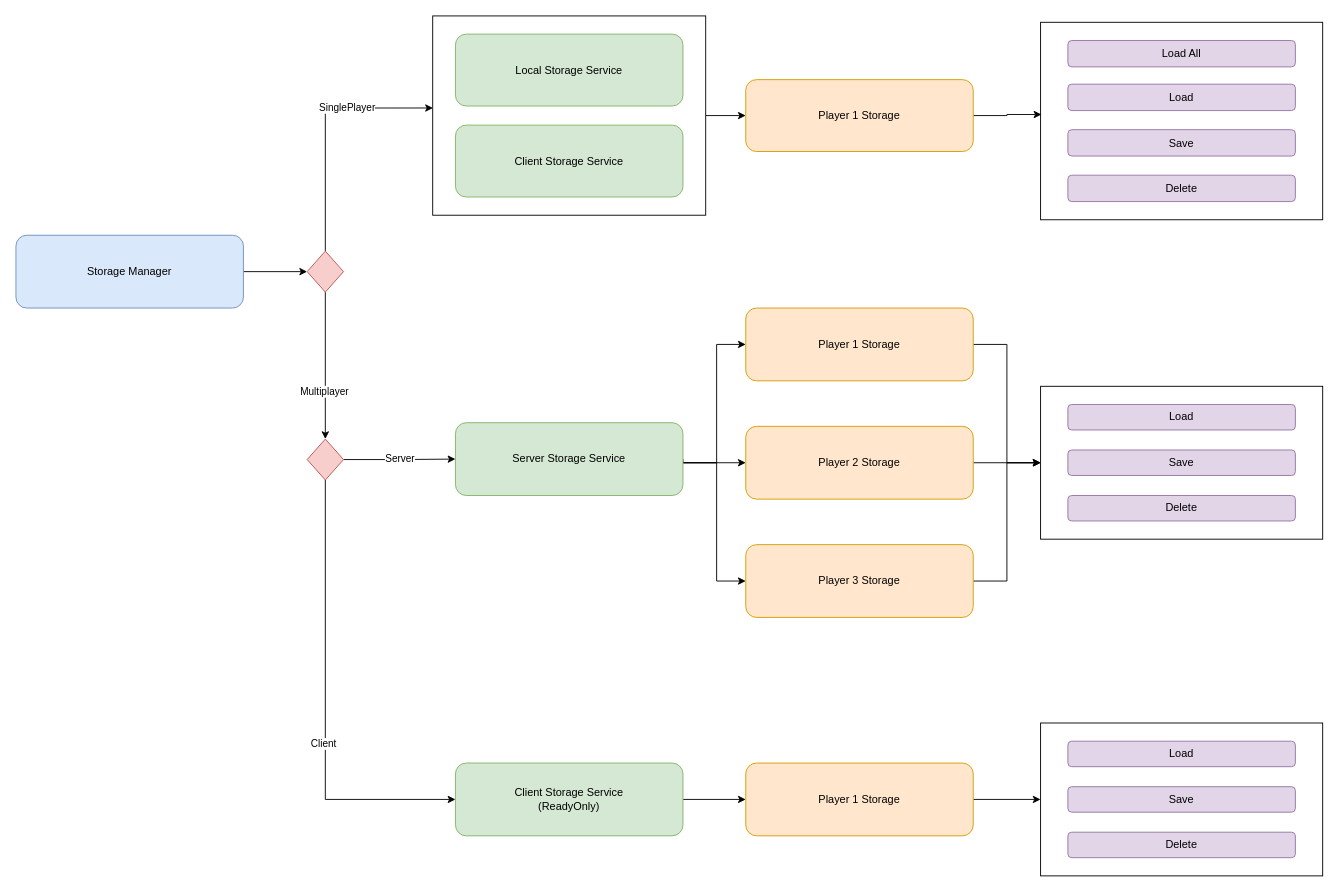
The draw.io diagram Diagrams/Storage.drawio in andrex903/OdenFlow, before the edit. Source tidied: cells renumbered, new cells numbered last; positions are measured from the earlier drawing's top-left corner, leaving out a move shared by most shapes. Both pictures are drawn from the tidied source at 91%, with x=0, y=0 at pixel (15, 15).
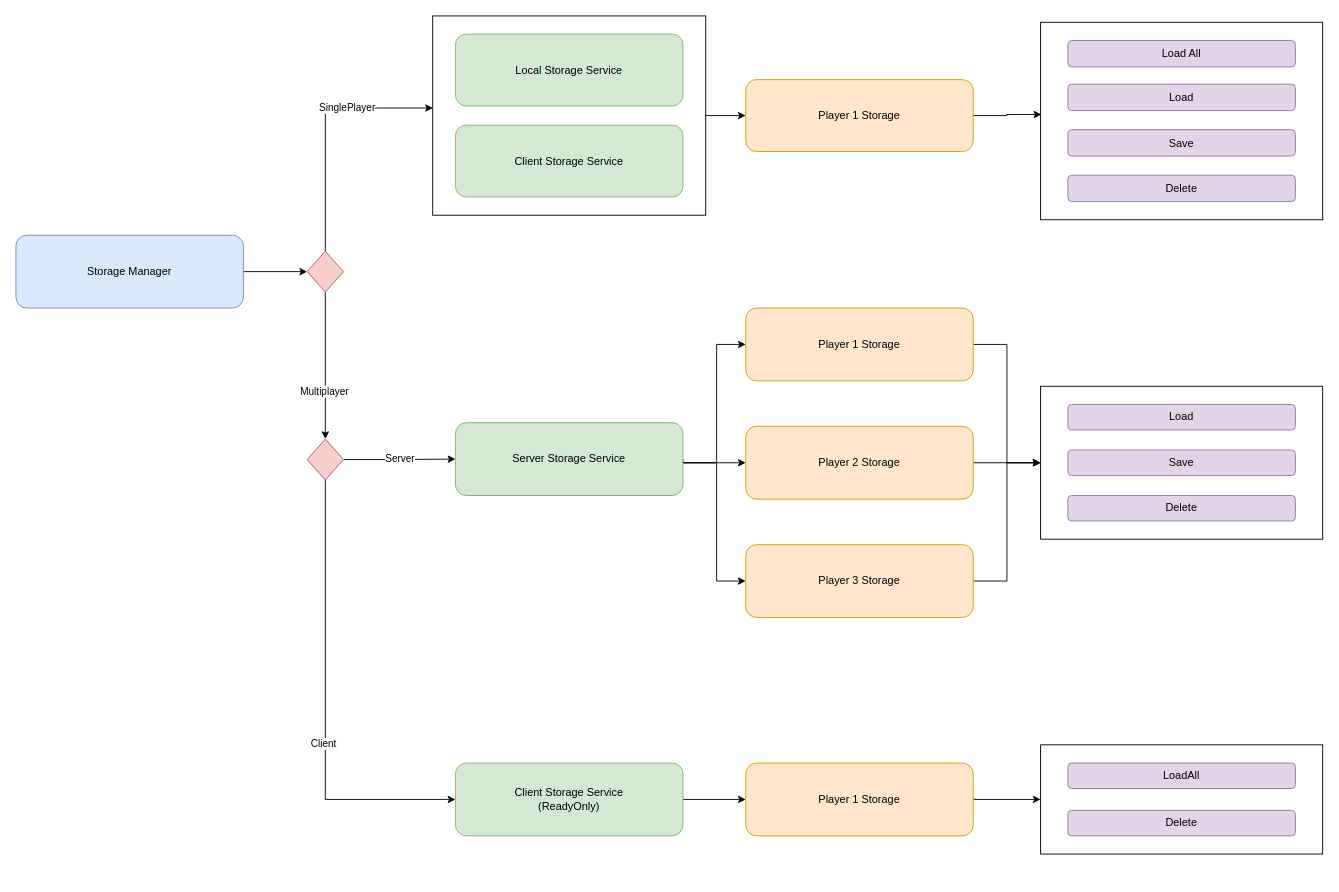
Above is the later version.

Diff of the diagram source:
```diff
@@
     <mxCell id="43" style="rounded=0;whiteSpace=wrap;html=1;" parent="1" vertex="1">
-      <mxGeometry x="1126" y="777" width="310" height="168" as="geometry" />
+      <mxGeometry x="1126" y="801" width="310" height="120" as="geometry" />
     </mxCell>
-    <mxCell id="44" value="Load" style="rounded=1;whiteSpace=wrap;html=1;fillColor=#e1d5e7;strokeColor=#9673a6;" parent="1" vertex="1">
-      <mxGeometry x="1156" y="797" width="250" height="28" as="geometry" />
+    <mxCell id="44" value="LoadAll" style="rounded=1;whiteSpace=wrap;html=1;fillColor=#e1d5e7;strokeColor=#9673a6;" parent="1" vertex="1">
+      <mxGeometry x="1156" y="821" width="250" height="28" as="geometry" />
     </mxCell>
-    <mxCell id="45" value="Save" style="rounded=1;whiteSpace=wrap;html=1;fillColor=#e1d5e7;strokeColor=#9673a6;" parent="1" vertex="1">
-      <mxGeometry x="1156" y="847" width="250" height="28" as="geometry" />
-    </mxCell>
     <mxCell id="46" value="Delete" style="rounded=1;whiteSpace=wrap;html=1;fillColor=#e1d5e7;strokeColor=#9673a6;" parent="1" vertex="1">
-      <mxGeometry x="1156" y="897" width="250" height="28" as="geometry" />
+      <mxGeometry x="1156" y="873" width="250" height="28" as="geometry" />
     </mxCell>
```
